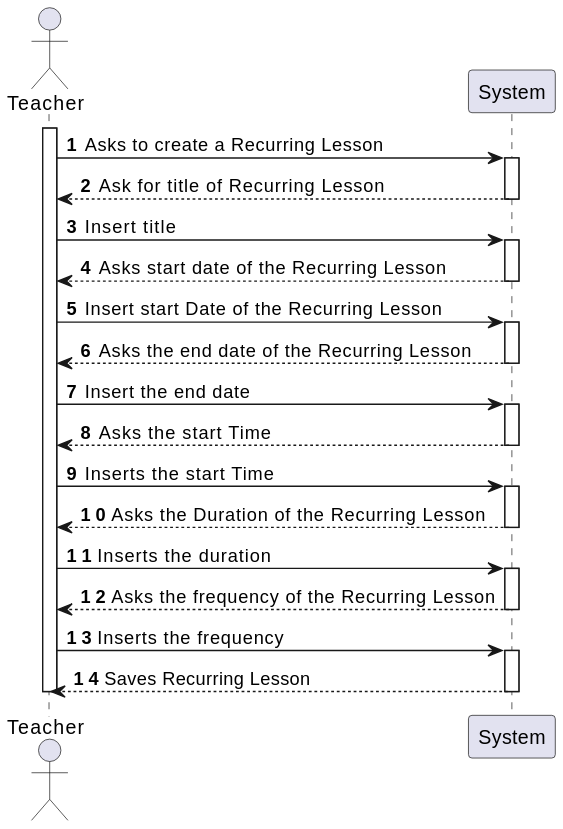
Before: docs/SPRINT B/US1010 - Schedule Class/US1010-SSD.svg, a diagram exported from PlantUML (mascenso/isep-sem4-lapr4). Its diagram source:
```plantuml
@startuml
autonumber

autoactivate on

actor Teacher
activate Teacher


Teacher -> System: Asks to create a Recurring Lesson
System --> Teacher: Ask for title of Recurring Lesson
Teacher -> System: Insert title
System --> Teacher: Asks start date of the Recurring Lesson
Teacher -> System: Insert start Date of the Recurring Lesson
System --> Teacher: Asks the end date of the Recurring Lesson
Teacher -> System: Insert the end date
System --> Teacher: Asks the start Time
Teacher -> System: Inserts the start Time
System --> Teacher: Asks the Duration of the Recurring Lesson
Teacher -> System: Inserts the duration
System --> Teacher: Asks the frequency of the Recurring Lesson
Teacher -> System: Inserts the frequency

System --> Teacher: Saves Recurring Lesson


deactivate Teacher
@enduml
```
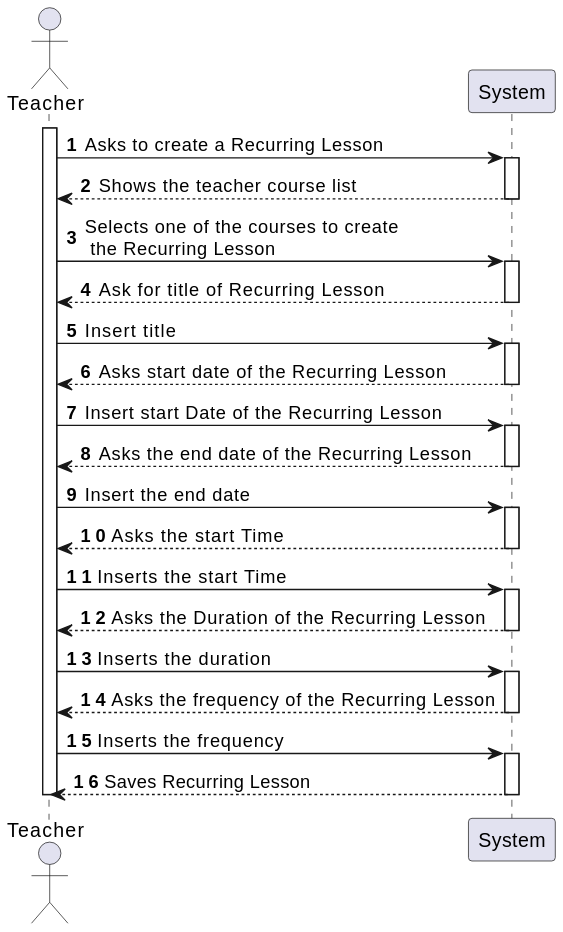
Above is the later version.

What changed in the source:
```diff
@@ -8,6 +8,8 @@
 
 
 Teacher -> System: Asks to create a Recurring Lesson
+System --> Teacher: Shows the teacher course list
+Teacher -> System: Selects one of the courses to create\n the Recurring Lesson
 System --> Teacher: Ask for title of Recurring Lesson
 Teacher -> System: Insert title
 System --> Teacher: Asks start date of the Recurring Lesson
```
